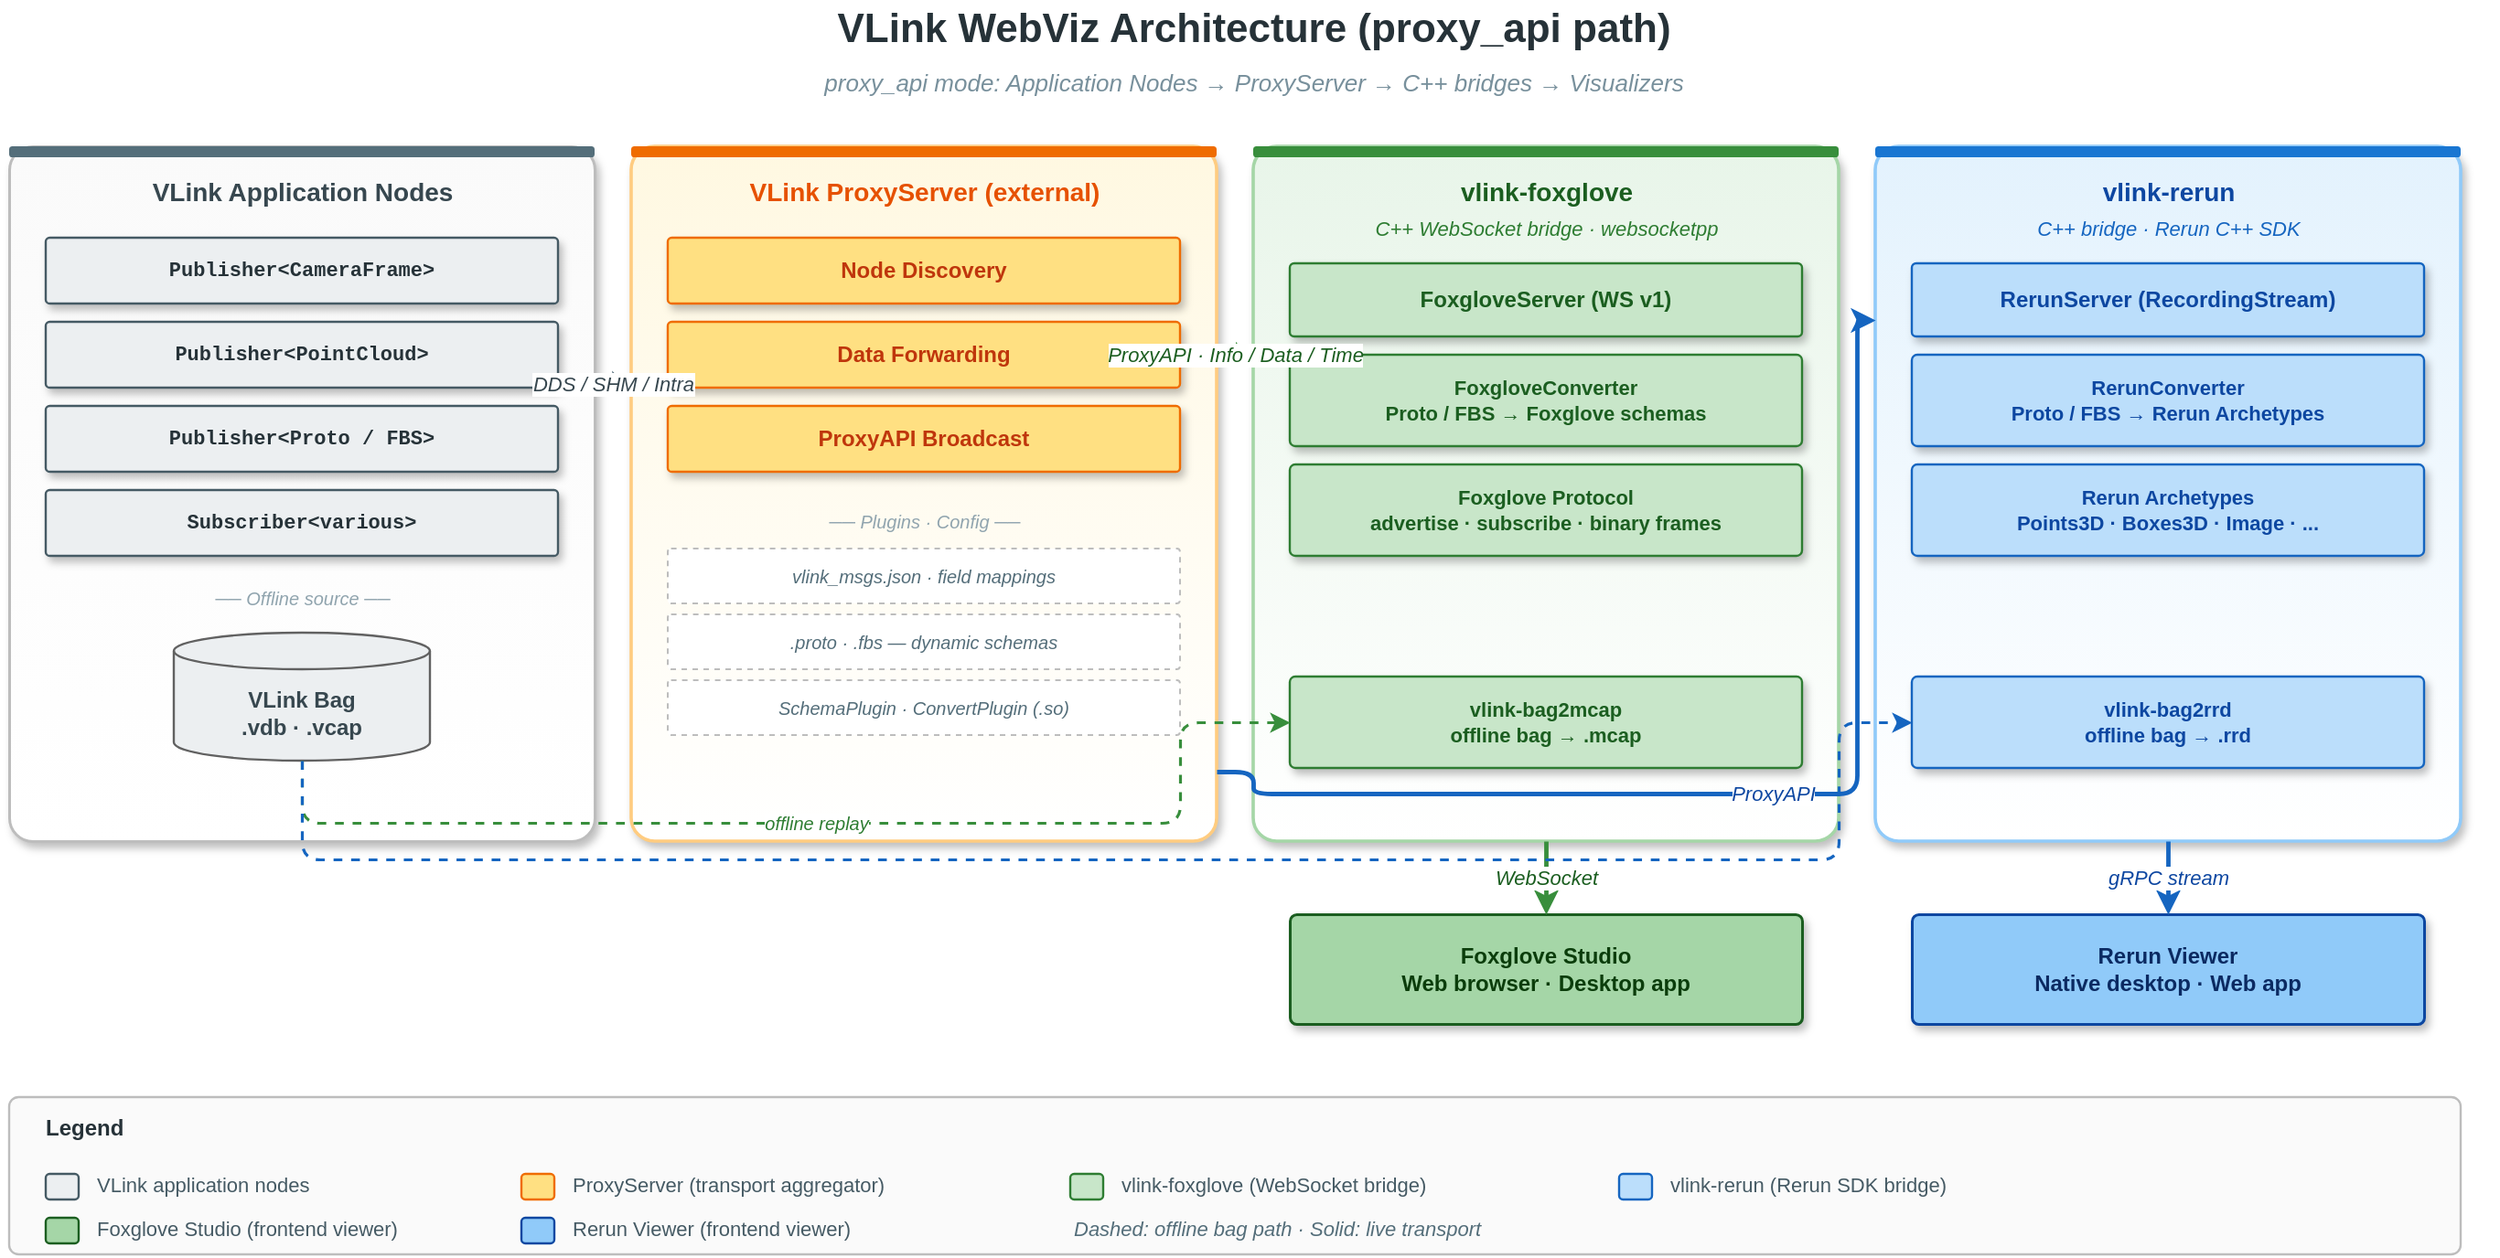
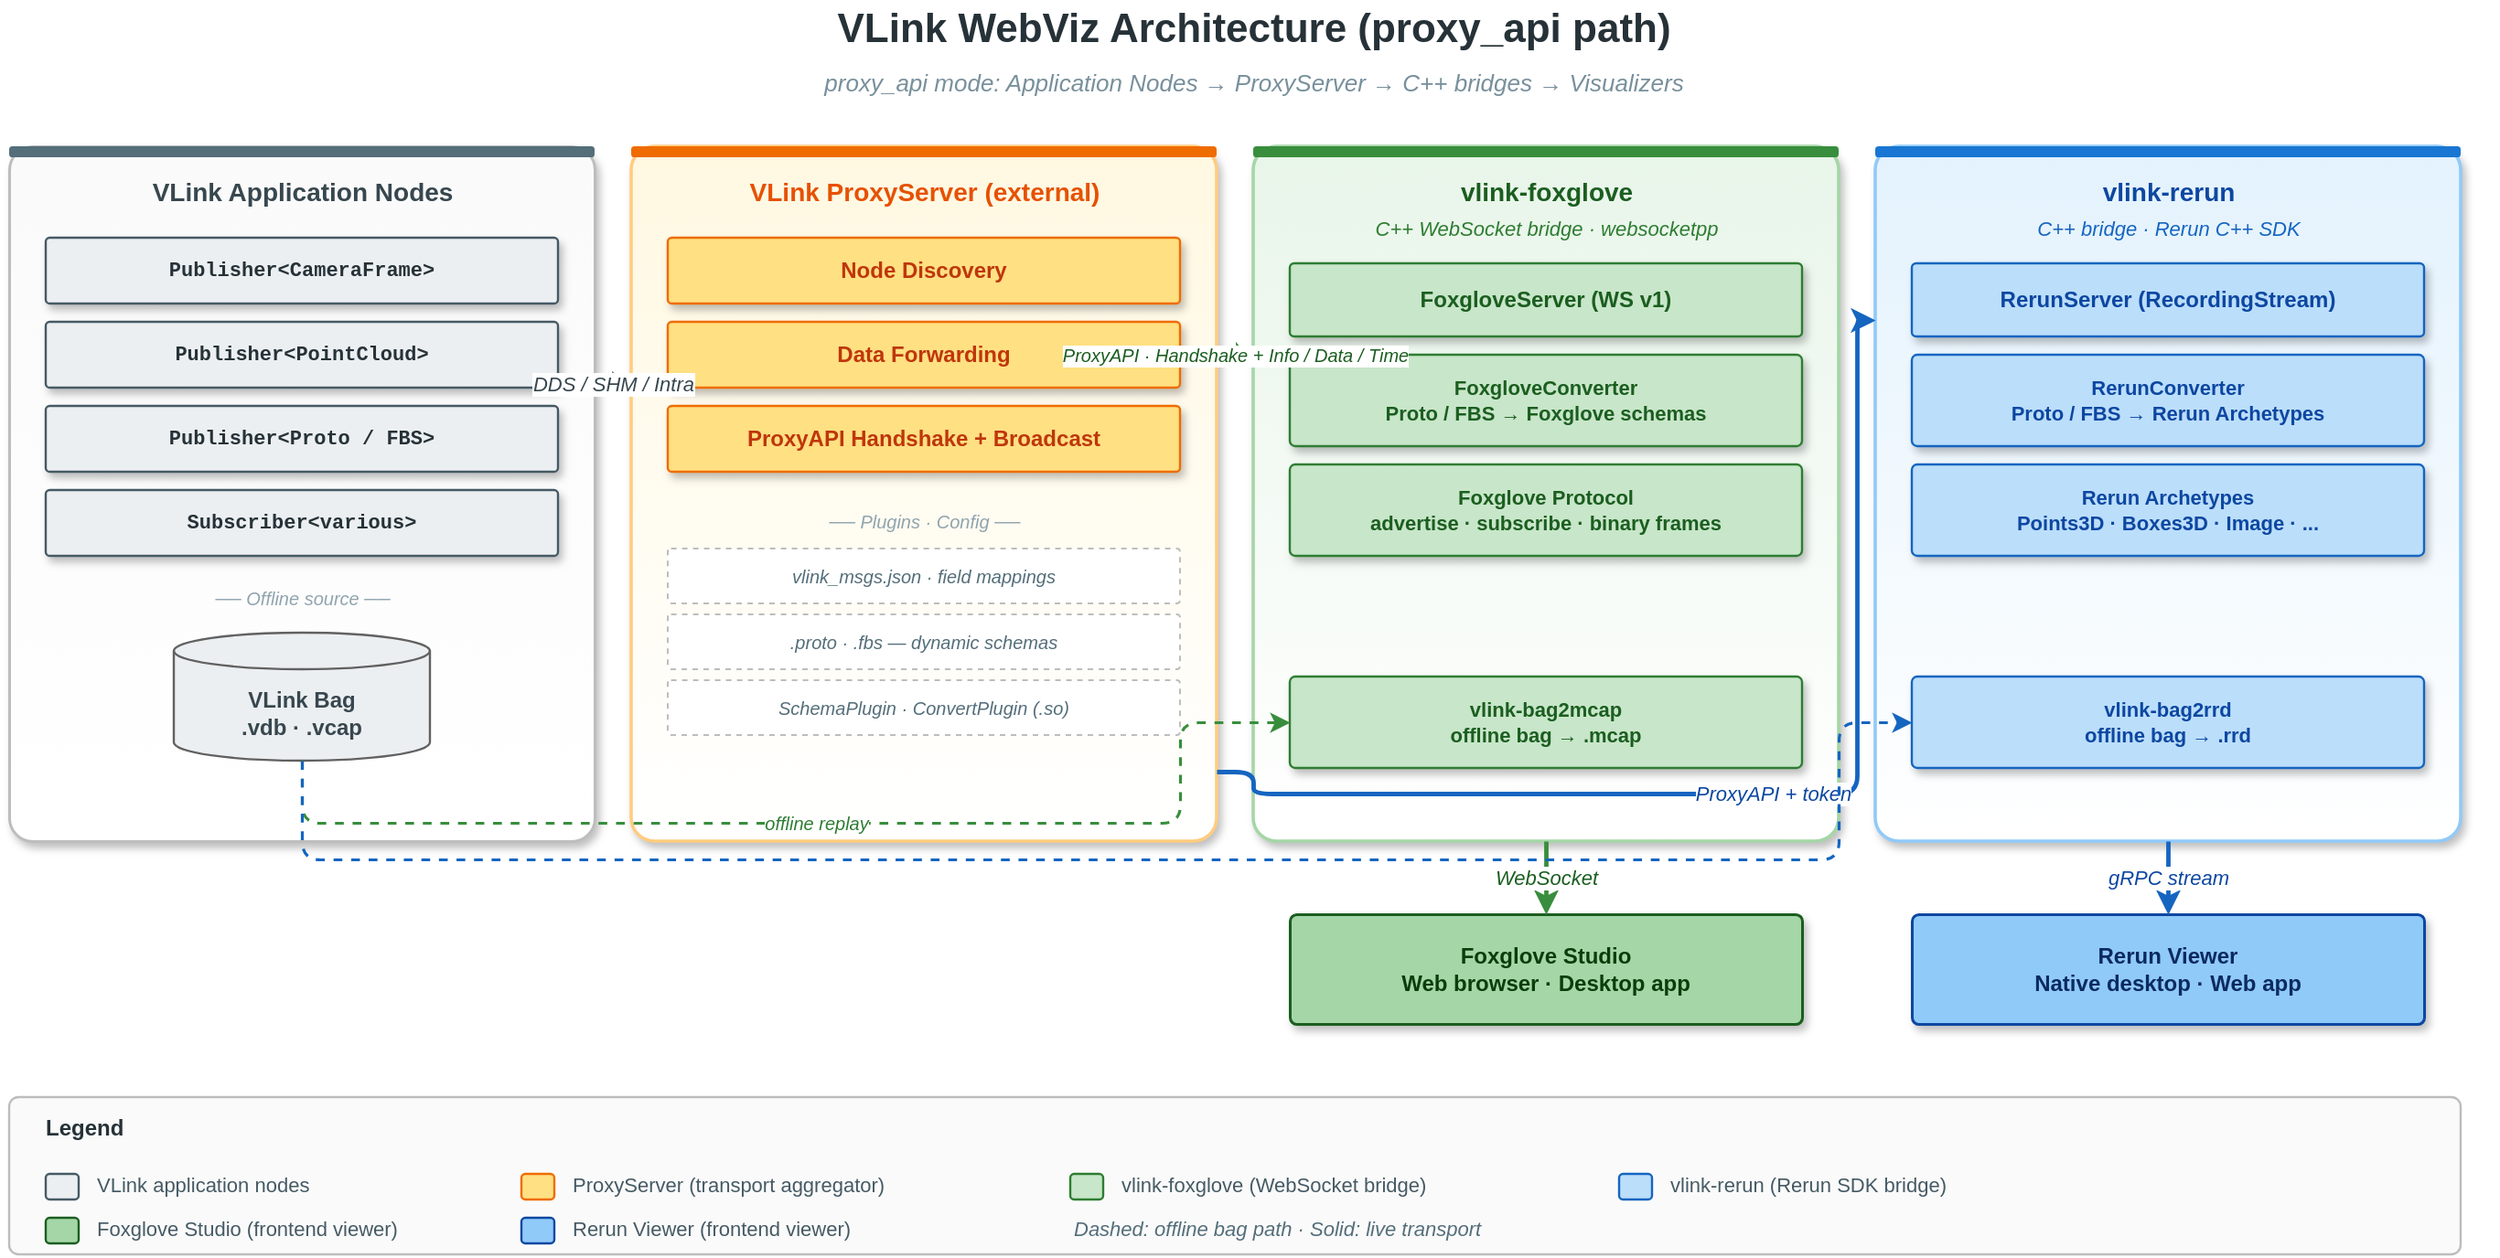
<mxfile host="app.diagrams.net" modified="2026-04-23T00:00:00.000Z" agent="Claude" version="24.0.0" type="device">
  <diagram id="webviz-arch" name="WebViz Architecture">
    <mxGraphModel dx="1440" dy="820" grid="0" gridSize="10" guides="1" tooltips="1" connect="1" arrows="1" fold="1" page="1" pageScale="1" pageWidth="1440" pageHeight="820" math="0" shadow="0">
      <root>
        <mxCell id="0" />
        <mxCell id="1" parent="0" />

        <mxCell id="title" value="VLink WebViz Architecture (proxy_api path)" style="text;html=1;align=center;verticalAlign=middle;strokeColor=none;fillColor=none;fontSize=22;fontStyle=1;fontColor=#263238;" vertex="1" parent="1">
          <mxGeometry x="40" y="20" width="1360" height="32" as="geometry" />
        </mxCell>
        <mxCell id="subtitle" value="proxy_api mode: Application Nodes  →  ProxyServer  →  C++ bridges  →  Visualizers" style="text;html=1;align=center;verticalAlign=middle;strokeColor=none;fillColor=none;fontSize=13;fontStyle=2;fontColor=#78909c;" vertex="1" parent="1">
          <mxGeometry x="40" y="54" width="1360" height="22" as="geometry" />
        </mxCell>

        <!-- 4 equal columns: x = 40, 380, 720, 1060; width 320; gap 20 -->

        <!-- COLUMN 1: App Nodes (Grey) -->
        <mxCell id="app_bg" value="" style="rounded=1;whiteSpace=wrap;html=1;fillColor=#ffffff;strokeColor=#bdbdbd;strokeWidth=1.5;arcSize=4;shadow=1;gradientColor=#fafafa;gradientDirection=north;" vertex="1" parent="1">
          <mxGeometry x="40" y="100" width="320" height="380" as="geometry" />
        </mxCell>
        <mxCell id="app_bar" value="" style="rounded=1;whiteSpace=wrap;html=1;fillColor=#546e7a;strokeColor=none;arcSize=30;" vertex="1" parent="1">
          <mxGeometry x="40" y="100" width="320" height="6" as="geometry" />
        </mxCell>
        <mxCell id="app_t" value="VLink Application Nodes" style="text;html=1;align=center;verticalAlign=middle;strokeColor=none;fillColor=none;fontSize=14;fontStyle=1;fontColor=#37474f;" vertex="1" parent="1">
          <mxGeometry x="40" y="114" width="320" height="22" as="geometry" />
        </mxCell>

        <mxCell id="pub1" value="Publisher&amp;lt;CameraFrame&amp;gt;" style="rounded=1;whiteSpace=wrap;html=1;fillColor=#eceff1;strokeColor=#455a64;strokeWidth=1.2;fontSize=11;fontFamily=Courier New;fontStyle=1;fontColor=#263238;shadow=1;arcSize=6;" vertex="1" parent="1">
          <mxGeometry x="60" y="150" width="280" height="36" as="geometry" />
        </mxCell>
        <mxCell id="pub2" value="Publisher&amp;lt;PointCloud&amp;gt;" style="rounded=1;whiteSpace=wrap;html=1;fillColor=#eceff1;strokeColor=#455a64;strokeWidth=1.2;fontSize=11;fontFamily=Courier New;fontStyle=1;fontColor=#263238;shadow=1;arcSize=6;" vertex="1" parent="1">
          <mxGeometry x="60" y="196" width="280" height="36" as="geometry" />
        </mxCell>
        <mxCell id="pub3" value="Publisher&amp;lt;Proto / FBS&amp;gt;" style="rounded=1;whiteSpace=wrap;html=1;fillColor=#eceff1;strokeColor=#455a64;strokeWidth=1.2;fontSize=11;fontFamily=Courier New;fontStyle=1;fontColor=#263238;shadow=1;arcSize=6;" vertex="1" parent="1">
          <mxGeometry x="60" y="242" width="280" height="36" as="geometry" />
        </mxCell>
        <mxCell id="sub1" value="Subscriber&amp;lt;various&amp;gt;" style="rounded=1;whiteSpace=wrap;html=1;fillColor=#eceff1;strokeColor=#455a64;strokeWidth=1.2;fontSize=11;fontFamily=Courier New;fontStyle=1;fontColor=#263238;shadow=1;arcSize=6;" vertex="1" parent="1">
          <mxGeometry x="60" y="288" width="280" height="36" as="geometry" />
        </mxCell>

        <mxCell id="bag_hdr" value="── Offline source ──" style="text;html=1;align=center;verticalAlign=middle;strokeColor=none;fillColor=none;fontSize=10;fontStyle=2;fontColor=#90a4ae;" vertex="1" parent="1">
          <mxGeometry x="60" y="338" width="280" height="18" as="geometry" />
        </mxCell>
        <mxCell id="bag_file" value="VLink Bag&#10;.vdb  ·  .vcap" style="shape=cylinder3;whiteSpace=wrap;html=1;boundedLbl=1;backgroundOutline=1;size=10;fillColor=#eceff1;strokeColor=#616161;strokeWidth=1.2;fontSize=12;fontStyle=1;fontColor=#37474f;" vertex="1" parent="1">
          <mxGeometry x="130" y="366" width="140" height="70" as="geometry" />
        </mxCell>

        <!-- COLUMN 2: ProxyServer (Orange) -->
        <mxCell id="proxy_bg" value="" style="rounded=1;whiteSpace=wrap;html=1;fillColor=#ffffff;strokeColor=#ffcc80;strokeWidth=1.8;arcSize=4;shadow=1;gradientColor=#fff8e1;gradientDirection=north;" vertex="1" parent="1">
          <mxGeometry x="380" y="100" width="320" height="380" as="geometry" />
        </mxCell>
        <mxCell id="proxy_bar" value="" style="rounded=1;whiteSpace=wrap;html=1;fillColor=#ef6c00;strokeColor=none;arcSize=30;" vertex="1" parent="1">
          <mxGeometry x="380" y="100" width="320" height="6" as="geometry" />
        </mxCell>
        <mxCell id="proxy_t" value="VLink ProxyServer (external)" style="text;html=1;align=center;verticalAlign=middle;strokeColor=none;fillColor=none;fontSize=14;fontStyle=1;fontColor=#e65100;" vertex="1" parent="1">
          <mxGeometry x="380" y="114" width="320" height="22" as="geometry" />
        </mxCell>

        <mxCell id="proxy_c1" value="Node Discovery" style="rounded=1;whiteSpace=wrap;html=1;fillColor=#ffe082;strokeColor=#ef6c00;strokeWidth=1.2;fontSize=12;fontStyle=1;fontColor=#bf360c;shadow=1;arcSize=6;" vertex="1" parent="1">
          <mxGeometry x="400" y="150" width="280" height="36" as="geometry" />
        </mxCell>
        <mxCell id="proxy_c2" value="Data Forwarding" style="rounded=1;whiteSpace=wrap;html=1;fillColor=#ffe082;strokeColor=#ef6c00;strokeWidth=1.2;fontSize=12;fontStyle=1;fontColor=#bf360c;shadow=1;arcSize=6;" vertex="1" parent="1">
          <mxGeometry x="400" y="196" width="280" height="36" as="geometry" />
        </mxCell>
-         <mxCell id="proxy_c3" value="ProxyAPI Broadcast" style="rounded=1;whiteSpace=wrap;html=1;fillColor=#ffe082;strokeColor=#ef6c00;strokeWidth=1.2;fontSize=12;fontStyle=1;fontColor=#bf360c;shadow=1;arcSize=6;" vertex="1" parent="1">
+         <mxCell id="proxy_c3" value="ProxyAPI Handshake + Broadcast" style="rounded=1;whiteSpace=wrap;html=1;fillColor=#ffe082;strokeColor=#ef6c00;strokeWidth=1.2;fontSize=12;fontStyle=1;fontColor=#bf360c;shadow=1;arcSize=6;" vertex="1" parent="1">
          <mxGeometry x="400" y="242" width="280" height="36" as="geometry" />
        </mxCell>

        <mxCell id="proxy_sep" value="── Plugins  ·  Config ──" style="text;html=1;align=center;verticalAlign=middle;strokeColor=none;fillColor=none;fontSize=10;fontStyle=2;fontColor=#90a4ae;" vertex="1" parent="1">
          <mxGeometry x="400" y="296" width="280" height="18" as="geometry" />
        </mxCell>
        <mxCell id="proxy_p1" value="vlink_msgs.json  ·  field mappings" style="rounded=1;whiteSpace=wrap;html=1;fillColor=#ffffff;strokeColor=#bdbdbd;strokeWidth=1;fontSize=10;fontStyle=2;fontColor=#546e7a;dashed=1;arcSize=6;" vertex="1" parent="1">
          <mxGeometry x="400" y="320" width="280" height="30" as="geometry" />
        </mxCell>
        <mxCell id="proxy_p2" value=".proto  ·  .fbs  — dynamic schemas" style="rounded=1;whiteSpace=wrap;html=1;fillColor=#ffffff;strokeColor=#bdbdbd;strokeWidth=1;fontSize=10;fontStyle=2;fontColor=#546e7a;dashed=1;arcSize=6;" vertex="1" parent="1">
          <mxGeometry x="400" y="356" width="280" height="30" as="geometry" />
        </mxCell>
        <mxCell id="proxy_p3" value="SchemaPlugin  ·  ConvertPlugin  (.so)" style="rounded=1;whiteSpace=wrap;html=1;fillColor=#ffffff;strokeColor=#bdbdbd;strokeWidth=1;fontSize=10;fontStyle=2;fontColor=#546e7a;dashed=1;arcSize=6;" vertex="1" parent="1">
          <mxGeometry x="400" y="392" width="280" height="30" as="geometry" />
        </mxCell>

        <!-- COLUMN 3: vlink-foxglove (Green) -->
        <mxCell id="fg_bg" value="" style="rounded=1;whiteSpace=wrap;html=1;fillColor=#ffffff;strokeColor=#a5d6a7;strokeWidth=1.8;arcSize=4;shadow=1;gradientColor=#e8f5e9;gradientDirection=north;" vertex="1" parent="1">
          <mxGeometry x="720" y="100" width="320" height="380" as="geometry" />
        </mxCell>
        <mxCell id="fg_bar" value="" style="rounded=1;whiteSpace=wrap;html=1;fillColor=#388e3c;strokeColor=none;arcSize=30;" vertex="1" parent="1">
          <mxGeometry x="720" y="100" width="320" height="6" as="geometry" />
        </mxCell>
        <mxCell id="fg_t" value="vlink-foxglove" style="text;html=1;align=center;verticalAlign=middle;strokeColor=none;fillColor=none;fontSize=14;fontStyle=1;fontColor=#1b5e20;" vertex="1" parent="1">
          <mxGeometry x="720" y="114" width="320" height="22" as="geometry" />
        </mxCell>
        <mxCell id="fg_sub" value="C++ WebSocket bridge  ·  websocketpp" style="text;html=1;align=center;verticalAlign=middle;strokeColor=none;fillColor=none;fontSize=11;fontStyle=2;fontColor=#2e7d32;" vertex="1" parent="1">
          <mxGeometry x="720" y="136" width="320" height="18" as="geometry" />
        </mxCell>

        <mxCell id="fg_srv" value="FoxgloveServer  (WS v1)" style="rounded=1;whiteSpace=wrap;html=1;fillColor=#c8e6c9;strokeColor=#2e7d32;strokeWidth=1.2;fontSize=12;fontStyle=1;fontColor=#1b5e20;shadow=1;arcSize=6;" vertex="1" parent="1">
          <mxGeometry x="740" y="164" width="280" height="40" as="geometry" />
        </mxCell>
        <mxCell id="fg_conv" value="FoxgloveConverter&#10;Proto / FBS → Foxglove schemas" style="rounded=1;whiteSpace=wrap;html=1;fillColor=#c8e6c9;strokeColor=#2e7d32;strokeWidth=1.2;fontSize=11;fontStyle=1;fontColor=#1b5e20;shadow=1;arcSize=6;" vertex="1" parent="1">
          <mxGeometry x="740" y="214" width="280" height="50" as="geometry" />
        </mxCell>
        <mxCell id="fg_proto" value="Foxglove Protocol&#10;advertise  ·  subscribe  ·  binary frames" style="rounded=1;whiteSpace=wrap;html=1;fillColor=#c8e6c9;strokeColor=#2e7d32;strokeWidth=1.2;fontSize=11;fontStyle=1;fontColor=#1b5e20;shadow=1;arcSize=6;" vertex="1" parent="1">
          <mxGeometry x="740" y="274" width="280" height="50" as="geometry" />
        </mxCell>
        <mxCell id="fg_mcap" value="vlink-bag2mcap&#10;offline  bag → .mcap" style="rounded=1;whiteSpace=wrap;html=1;fillColor=#c8e6c9;strokeColor=#2e7d32;strokeWidth=1.2;fontSize=11;fontStyle=1;fontColor=#1b5e20;shadow=1;arcSize=6;" vertex="1" parent="1">
          <mxGeometry x="740" y="390" width="280" height="50" as="geometry" />
        </mxCell>

        <!-- COLUMN 4: vlink-rerun (Blue) -->
        <mxCell id="rr_bg" value="" style="rounded=1;whiteSpace=wrap;html=1;fillColor=#ffffff;strokeColor=#90caf9;strokeWidth=1.8;arcSize=4;shadow=1;gradientColor=#e3f2fd;gradientDirection=north;" vertex="1" parent="1">
          <mxGeometry x="1060" y="100" width="320" height="380" as="geometry" />
        </mxCell>
        <mxCell id="rr_bar" value="" style="rounded=1;whiteSpace=wrap;html=1;fillColor=#1976d2;strokeColor=none;arcSize=30;" vertex="1" parent="1">
          <mxGeometry x="1060" y="100" width="320" height="6" as="geometry" />
        </mxCell>
        <mxCell id="rr_t" value="vlink-rerun" style="text;html=1;align=center;verticalAlign=middle;strokeColor=none;fillColor=none;fontSize=14;fontStyle=1;fontColor=#0d47a1;" vertex="1" parent="1">
          <mxGeometry x="1060" y="114" width="320" height="22" as="geometry" />
        </mxCell>
        <mxCell id="rr_sub" value="C++ bridge  ·  Rerun C++ SDK" style="text;html=1;align=center;verticalAlign=middle;strokeColor=none;fillColor=none;fontSize=11;fontStyle=2;fontColor=#1565c0;" vertex="1" parent="1">
          <mxGeometry x="1060" y="136" width="320" height="18" as="geometry" />
        </mxCell>

        <mxCell id="rr_srv" value="RerunServer  (RecordingStream)" style="rounded=1;whiteSpace=wrap;html=1;fillColor=#bbdefb;strokeColor=#1565c0;strokeWidth=1.2;fontSize=12;fontStyle=1;fontColor=#0d47a1;shadow=1;arcSize=6;" vertex="1" parent="1">
          <mxGeometry x="1080" y="164" width="280" height="40" as="geometry" />
        </mxCell>
        <mxCell id="rr_conv" value="RerunConverter&#10;Proto / FBS → Rerun Archetypes" style="rounded=1;whiteSpace=wrap;html=1;fillColor=#bbdefb;strokeColor=#1565c0;strokeWidth=1.2;fontSize=11;fontStyle=1;fontColor=#0d47a1;shadow=1;arcSize=6;" vertex="1" parent="1">
          <mxGeometry x="1080" y="214" width="280" height="50" as="geometry" />
        </mxCell>
        <mxCell id="rr_arche" value="Rerun Archetypes&#10;Points3D · Boxes3D · Image · ..." style="rounded=1;whiteSpace=wrap;html=1;fillColor=#bbdefb;strokeColor=#1565c0;strokeWidth=1.2;fontSize=11;fontStyle=1;fontColor=#0d47a1;shadow=1;arcSize=6;" vertex="1" parent="1">
          <mxGeometry x="1080" y="274" width="280" height="50" as="geometry" />
        </mxCell>
        <mxCell id="rr_rrd" value="vlink-bag2rrd&#10;offline  bag → .rrd" style="rounded=1;whiteSpace=wrap;html=1;fillColor=#bbdefb;strokeColor=#1565c0;strokeWidth=1.2;fontSize=11;fontStyle=1;fontColor=#0d47a1;shadow=1;arcSize=6;" vertex="1" parent="1">
          <mxGeometry x="1080" y="390" width="280" height="50" as="geometry" />
        </mxCell>

        <!-- Viewers row -->
        <mxCell id="fg_studio" value="Foxglove Studio&#10;Web browser  ·  Desktop app" style="rounded=1;whiteSpace=wrap;html=1;fillColor=#a5d6a7;strokeColor=#1b5e20;strokeWidth=1.5;fontSize=12;fontStyle=1;fontColor=#0b3d0b;shadow=1;arcSize=6;" vertex="1" parent="1">
          <mxGeometry x="740" y="520" width="280" height="60" as="geometry" />
        </mxCell>
        <mxCell id="rr_viewer" value="Rerun Viewer&#10;Native desktop  ·  Web app" style="rounded=1;whiteSpace=wrap;html=1;fillColor=#90caf9;strokeColor=#0d47a1;strokeWidth=1.5;fontSize=12;fontStyle=1;fontColor=#0b2a62;shadow=1;arcSize=6;" vertex="1" parent="1">
          <mxGeometry x="1080" y="520" width="280" height="60" as="geometry" />
        </mxCell>

        <!-- Arrows: App → Proxy (clean horizontal) -->
        <mxCell id="e_app_proxy" value="DDS / SHM / Intra" style="endArrow=classic;endFill=1;html=1;strokeWidth=2.4;strokeColor=#546e7a;fontSize=11;fontStyle=2;fontColor=#37474f;labelBackgroundColor=#ffffff;" edge="1" source="app_bg" target="proxy_bg" parent="1">
          <mxGeometry relative="1" as="geometry">
            <mxPoint x="360" y="230" as="sourcePoint" />
            <mxPoint x="380" y="230" as="targetPoint" />
            <Array as="points">
              <mxPoint x="370" y="230" />
            </Array>
          </mxGeometry>
        </mxCell>

        <!-- Arrows: Proxy → Foxglove -->
-         <mxCell id="e_proxy_fg" value="ProxyAPI  ·  Info / Data / Time" style="endArrow=classic;endFill=1;html=1;strokeWidth=2.4;strokeColor=#388e3c;fontSize=11;fontStyle=2;fontColor=#1b5e20;labelBackgroundColor=#ffffff;" edge="1" source="proxy_bg" target="fg_bg" parent="1">
+         <mxCell id="e_proxy_fg" value="ProxyAPI  ·  Handshake + Info / Data / Time" style="endArrow=classic;endFill=1;html=1;strokeWidth=2.4;strokeColor=#388e3c;fontSize=10;fontStyle=2;fontColor=#1b5e20;labelBackgroundColor=#ffffff;" edge="1" source="proxy_bg" target="fg_bg" parent="1">
          <mxGeometry relative="1" as="geometry">
            <mxPoint x="700" y="214" as="sourcePoint" />
            <mxPoint x="720" y="214" as="targetPoint" />
            <Array as="points">
              <mxPoint x="710" y="214" />
            </Array>
          </mxGeometry>
        </mxCell>

        <!-- Arrows: Proxy → Rerun (curve over Foxglove column) -->
-         <mxCell id="e_proxy_rr" value="ProxyAPI" style="endArrow=classic;endFill=1;html=1;strokeWidth=2.4;strokeColor=#1565c0;fontSize=11;fontStyle=2;fontColor=#0d47a1;labelBackgroundColor=#ffffff;edgeStyle=orthogonalEdgeStyle;rounded=1;exitX=1;exitY=0.9;entryX=0;entryY=0.25;" edge="1" source="proxy_bg" target="rr_bg" parent="1">
+         <mxCell id="e_proxy_rr" value="ProxyAPI + token" style="endArrow=classic;endFill=1;html=1;strokeWidth=2.4;strokeColor=#1565c0;fontSize=11;fontStyle=2;fontColor=#0d47a1;labelBackgroundColor=#ffffff;edgeStyle=orthogonalEdgeStyle;rounded=1;exitX=1;exitY=0.9;entryX=0;entryY=0.25;" edge="1" source="proxy_bg" target="rr_bg" parent="1">
          <mxGeometry relative="1" as="geometry">
            <Array as="points">
              <mxPoint x="720" y="454" />
              <mxPoint x="1050" y="454" />
              <mxPoint x="1050" y="195" />
            </Array>
          </mxGeometry>
        </mxCell>

        <!-- Foxglove → Studio -->
        <mxCell id="e_fg_studio" value="WebSocket" style="endArrow=classic;endFill=1;html=1;strokeWidth=2.4;strokeColor=#388e3c;fontSize=11;fontStyle=2;fontColor=#1b5e20;labelBackgroundColor=#ffffff;exitX=0.5;exitY=1;entryX=0.5;entryY=0;" edge="1" source="fg_bg" target="fg_studio" parent="1">
          <mxGeometry relative="1" as="geometry" />
        </mxCell>

        <!-- Rerun → Viewer -->
        <mxCell id="e_rr_viewer" value="gRPC stream" style="endArrow=classic;endFill=1;html=1;strokeWidth=2.4;strokeColor=#1565c0;fontSize=11;fontStyle=2;fontColor=#0d47a1;labelBackgroundColor=#ffffff;exitX=0.5;exitY=1;entryX=0.5;entryY=0;" edge="1" source="rr_bg" target="rr_viewer" parent="1">
          <mxGeometry relative="1" as="geometry" />
        </mxCell>

        <!-- Bag → offline converters (routed along bottom, avoiding middle column) -->
        <mxCell id="e_bag_mcap" value="offline replay" style="endArrow=classic;endFill=1;html=1;strokeWidth=1.6;strokeColor=#388e3c;dashed=1;fontSize=10;fontStyle=2;fontColor=#2e7d32;labelBackgroundColor=#ffffff;edgeStyle=orthogonalEdgeStyle;rounded=1;exitX=0.5;exitY=1;entryX=0;entryY=0.5;" edge="1" source="bag_file" target="fg_mcap" parent="1">
          <mxGeometry relative="1" as="geometry">
            <Array as="points">
              <mxPoint x="200" y="470" />
              <mxPoint x="680" y="470" />
              <mxPoint x="680" y="415" />
            </Array>
          </mxGeometry>
        </mxCell>
        <mxCell id="e_bag_rrd" style="endArrow=classic;endFill=1;html=1;strokeWidth=1.6;strokeColor=#1565c0;dashed=1;edgeStyle=orthogonalEdgeStyle;rounded=1;exitX=0.5;exitY=1;entryX=0;entryY=0.5;" edge="1" source="bag_file" target="rr_rrd" parent="1">
          <mxGeometry relative="1" as="geometry">
            <Array as="points">
              <mxPoint x="200" y="490" />
              <mxPoint x="1040" y="490" />
              <mxPoint x="1040" y="415" />
            </Array>
          </mxGeometry>
        </mxCell>

        <!-- Legend -->
        <mxCell id="leg_bg" value="" style="rounded=1;whiteSpace=wrap;html=1;fillColor=#fafafa;strokeColor=#bdbdbd;strokeWidth=1.2;arcSize=6;" vertex="1" parent="1">
          <mxGeometry x="40" y="620" width="1340" height="86" as="geometry" />
        </mxCell>
        <mxCell id="leg_t" value="Legend" style="text;html=1;align=left;verticalAlign=middle;strokeColor=none;fillColor=none;fontSize=12;fontStyle=1;fontColor=#263238;" vertex="1" parent="1">
          <mxGeometry x="58" y="626" width="80" height="22" as="geometry" />
        </mxCell>

        <mxCell id="lg1" value="" style="rounded=1;whiteSpace=wrap;html=1;fillColor=#eceff1;strokeColor=#455a64;strokeWidth=1.2;" vertex="1" parent="1">
          <mxGeometry x="60" y="662" width="18" height="14" as="geometry" />
        </mxCell>
        <mxCell id="lg1t" value="VLink application nodes" style="text;html=1;align=left;verticalAlign=middle;strokeColor=none;fillColor=none;fontSize=11;fontColor=#455a64;" vertex="1" parent="1">
          <mxGeometry x="86" y="658" width="220" height="20" as="geometry" />
        </mxCell>
        <mxCell id="lg2" value="" style="rounded=1;whiteSpace=wrap;html=1;fillColor=#ffe082;strokeColor=#ef6c00;strokeWidth=1.2;" vertex="1" parent="1">
          <mxGeometry x="320" y="662" width="18" height="14" as="geometry" />
        </mxCell>
        <mxCell id="lg2t" value="ProxyServer (transport aggregator)" style="text;html=1;align=left;verticalAlign=middle;strokeColor=none;fillColor=none;fontSize=11;fontColor=#455a64;" vertex="1" parent="1">
          <mxGeometry x="346" y="658" width="260" height="20" as="geometry" />
        </mxCell>
        <mxCell id="lg3" value="" style="rounded=1;whiteSpace=wrap;html=1;fillColor=#c8e6c9;strokeColor=#2e7d32;strokeWidth=1.2;" vertex="1" parent="1">
          <mxGeometry x="620" y="662" width="18" height="14" as="geometry" />
        </mxCell>
        <mxCell id="lg3t" value="vlink-foxglove (WebSocket bridge)" style="text;html=1;align=left;verticalAlign=middle;strokeColor=none;fillColor=none;fontSize=11;fontColor=#455a64;" vertex="1" parent="1">
          <mxGeometry x="646" y="658" width="260" height="20" as="geometry" />
        </mxCell>
        <mxCell id="lg4" value="" style="rounded=1;whiteSpace=wrap;html=1;fillColor=#bbdefb;strokeColor=#1565c0;strokeWidth=1.2;" vertex="1" parent="1">
          <mxGeometry x="920" y="662" width="18" height="14" as="geometry" />
        </mxCell>
        <mxCell id="lg4t" value="vlink-rerun (Rerun SDK bridge)" style="text;html=1;align=left;verticalAlign=middle;strokeColor=none;fillColor=none;fontSize=11;fontColor=#455a64;" vertex="1" parent="1">
          <mxGeometry x="946" y="658" width="260" height="20" as="geometry" />
        </mxCell>
        <mxCell id="lg5" value="" style="rounded=1;whiteSpace=wrap;html=1;fillColor=#a5d6a7;strokeColor=#1b5e20;strokeWidth=1.2;" vertex="1" parent="1">
          <mxGeometry x="60" y="686" width="18" height="14" as="geometry" />
        </mxCell>
        <mxCell id="lg5t" value="Foxglove Studio (frontend viewer)" style="text;html=1;align=left;verticalAlign=middle;strokeColor=none;fillColor=none;fontSize=11;fontColor=#455a64;" vertex="1" parent="1">
          <mxGeometry x="86" y="682" width="260" height="20" as="geometry" />
        </mxCell>
        <mxCell id="lg6" value="" style="rounded=1;whiteSpace=wrap;html=1;fillColor=#90caf9;strokeColor=#0d47a1;strokeWidth=1.2;" vertex="1" parent="1">
          <mxGeometry x="320" y="686" width="18" height="14" as="geometry" />
        </mxCell>
        <mxCell id="lg6t" value="Rerun Viewer (frontend viewer)" style="text;html=1;align=left;verticalAlign=middle;strokeColor=none;fillColor=none;fontSize=11;fontColor=#455a64;" vertex="1" parent="1">
          <mxGeometry x="346" y="682" width="260" height="20" as="geometry" />
        </mxCell>
        <mxCell id="lg7_hint" value="Dashed: offline bag path  ·  Solid: live transport" style="text;html=1;align=left;verticalAlign=middle;strokeColor=none;fillColor=none;fontSize=11;fontStyle=2;fontColor=#546e7a;" vertex="1" parent="1">
          <mxGeometry x="620" y="682" width="740" height="20" as="geometry" />
        </mxCell>

      </root>
    </mxGraphModel>
  </diagram>
</mxfile>
